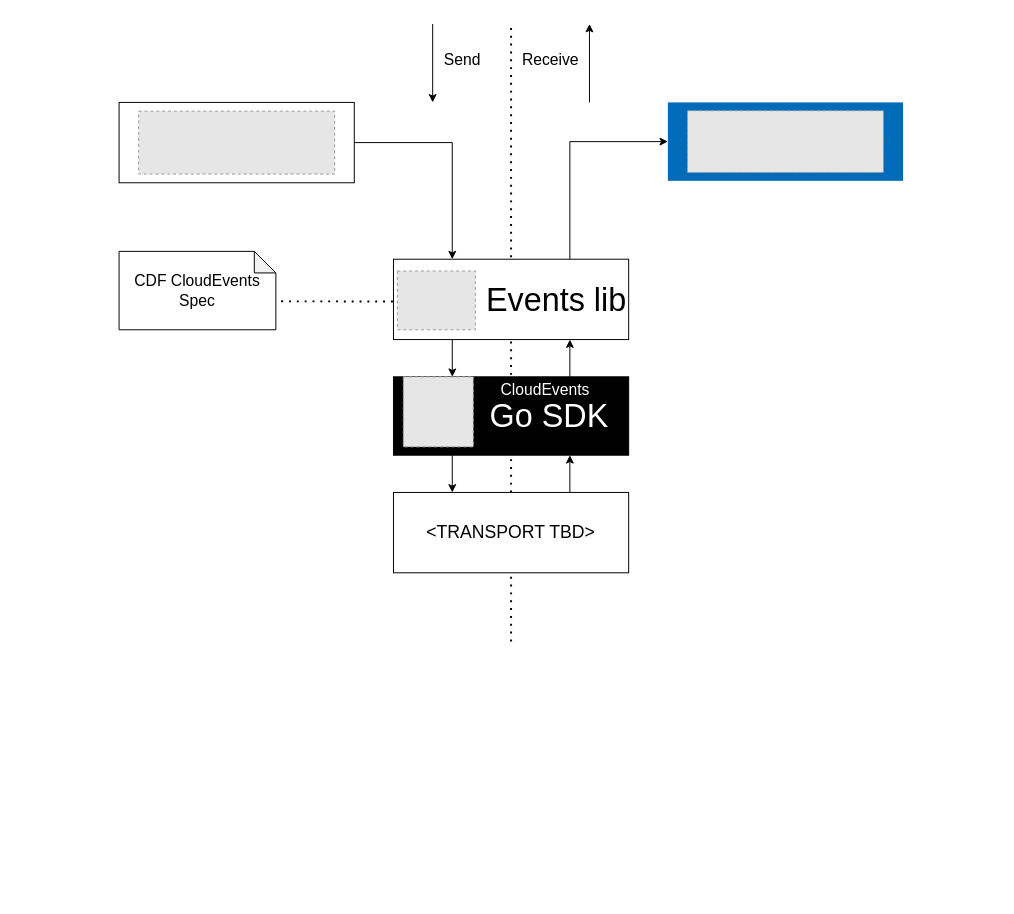
The draw.io diagram poc/CDF-events-PoC.drawio in cdfoundation/sig-events, before the edit. Source tidied: cells renumbered, new cells numbered last; positions are measured from the earlier drawing's top-left corner, leaving out a move shared by most shapes. Both pictures are drawn from the tidied source at 98%, with x=0, y=0 at pixel (119, 24). Pictures stored in the file or linked from it are replaced by grey dashed boxes.
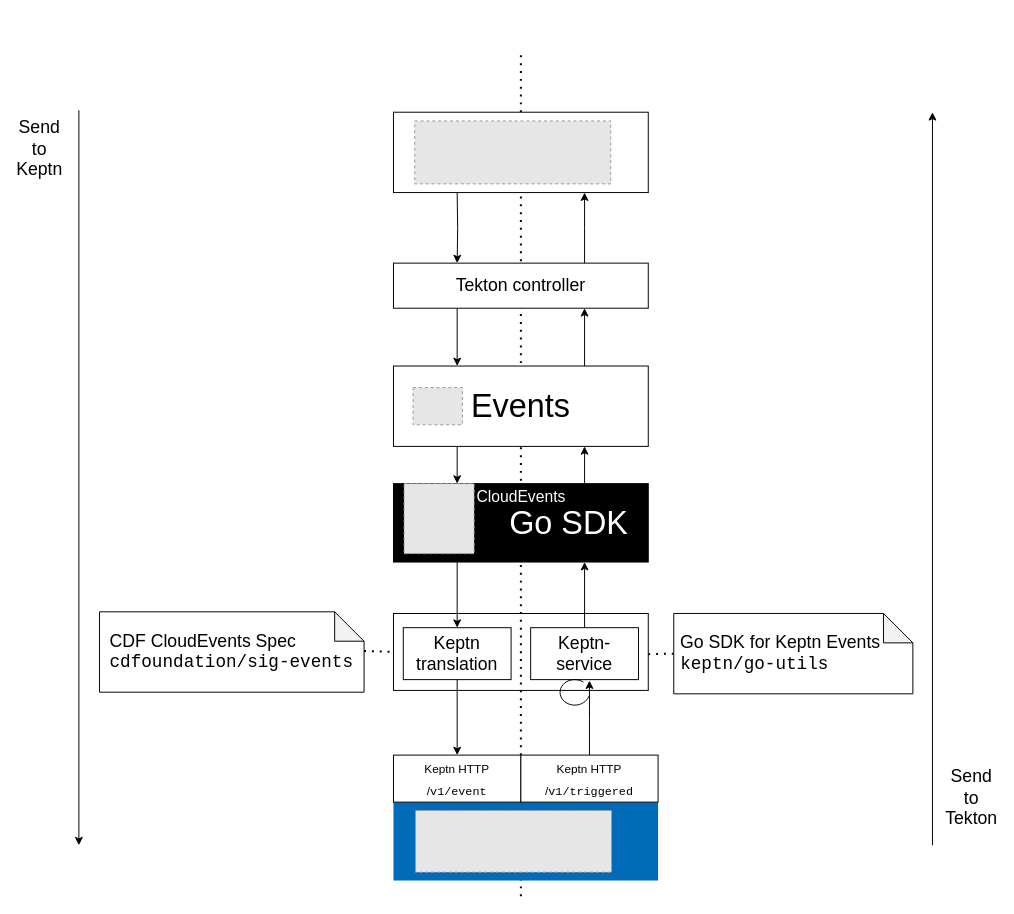
Above is the later version.

Commit message (it also covers changes not shown here):
Added Keptn components and Tekton controller to diagram

Diff of the diagram source:
```diff
@@
-    <mxCell id="2" style="endArrow=none;dashed=1;html=1;dashPattern=1 3;strokeWidth=2;fontSize=33;" parent="1" edge="1">
-      <mxGeometry relative="1" as="geometry">
-        <mxPoint x="400" y="630" as="sourcePoint" />
-        <mxPoint x="400" as="targetPoint" />
-      </mxGeometry>
-    </mxCell>
+    <mxCell id="26" style="rounded=0;whiteSpace=wrap;html=1;fillColor=#FFFFFF;fontSize=18;" parent="1" vertex="1">
+      <mxGeometry x="280" y="601.5" width="260" height="78.5" as="geometry" />
+    </mxCell>
+    <mxCell id="27" style="endArrow=none;dashed=1;html=1;dashPattern=1 3;strokeWidth=2;" parent="1" edge="1">
+      <mxGeometry relative="1" as="geometry">
+        <mxPoint x="410" y="890" as="sourcePoint" />
+        <mxPoint x="410" y="30" as="targetPoint" />
+      </mxGeometry>
+    </mxCell>
-    <mxCell id="3" style="edgeStyle=orthogonalEdgeStyle;rounded=0;jettySize=auto;html=1;exitX=0.75;exitY=0;exitDx=0;exitDy=0;entryX=0.75;entryY=1;entryDx=0;entryDy=0;fontSize=33;" parent="1" edge="1" source="4" target="6">
+    <mxCell id="3" style="edgeStyle=orthogonalEdgeStyle;rounded=0;jettySize=auto;html=1;exitX=0.5;exitY=0;exitDx=0;exitDy=0;entryX=0.75;entryY=1;entryDx=0;entryDy=0;fontSize=33;" parent="1" edge="1" source="45" target="6">
       <mxGeometry relative="1" as="geometry" />
     </mxCell>
-    <mxCell id="4" value="&amp;lt;TRANSPORT TBD&amp;gt;" style="rounded=0;whiteSpace=wrap;html=1;fillColor=#FFFFFF;fontSize=18;" parent="1" vertex="1">
-      <mxGeometry x="280" y="478" width="240" height="82" as="geometry" />
+    <mxCell id="4" value="Keptn translation" style="rounded=0;whiteSpace=wrap;html=1;fillColor=#FFFFFF;fontSize=18;" parent="1" vertex="1">
+      <mxGeometry x="290" y="616" width="110" height="53" as="geometry" />
     </mxCell>
     <mxCell id="5" style="group;" parent="1" vertex="1">
-      <mxGeometry x="280" y="360" width="240" height="80" as="geometry" />
+      <mxGeometry x="280" y="469" width="260" height="80" as="geometry" />
     </mxCell>
     <mxCell id="6" value="&lt;font color=&quot;#ffffff&quot; style=&quot;font-size: 33px&quot;&gt;Go SDK&amp;nbsp;&amp;nbsp;&lt;/font&gt;" style="rounded=0;whiteSpace=wrap;html=1;fillColor=#000000;align=right;" parent="5" vertex="1">
-      <mxGeometry width="240" height="80" as="geometry" />
+      <mxGeometry width="260" height="80" as="geometry" />
     </mxCell>
     <mxCell id="7" style="fillColor=#E6E6E6;strokeColor=#999999;dashed=1;verticalLabelPosition=bottom;labelBackgroundColor=#ffffff;verticalAlign=top;" parent="5" vertex="1">
-      <mxGeometry x="10" width="71.5" height="71.5" as="geometry" />
+      <mxGeometry x="10.8" width="71.5" height="71.5" as="geometry" />
     </mxCell>
     <mxCell id="8" value="CloudEvents" style="text;html=1;strokeColor=none;fillColor=none;align=center;verticalAlign=middle;whiteSpace=wrap;rounded=0;fontSize=16;fontColor=#FFFFFF;" parent="5" vertex="1">
-      <mxGeometry x="140" y="3" width="30" height="20" as="geometry" />
+      <mxGeometry x="113.8" y="3" width="32.5" height="20" as="geometry" />
     </mxCell>
-    <mxCell id="9" style="edgeStyle=orthogonalEdgeStyle;rounded=0;jettySize=auto;html=1;exitX=0.25;exitY=1;exitDx=0;exitDy=0;entryX=0.7;entryY=0;entryDx=0;entryDy=0;entryPerimeter=0;fontSize=33;" parent="1" edge="1" source="11" target="7">
+    <mxCell id="9" style="edgeStyle=orthogonalEdgeStyle;rounded=0;jettySize=auto;html=1;exitX=0.25;exitY=1;exitDx=0;exitDy=0;entryX=0.25;entryY=0;entryDx=0;entryDy=0;fontSize=33;" parent="1" edge="1" source="11" target="6">
       <mxGeometry relative="1" as="geometry" />
     </mxCell>
-    <mxCell id="10" style="edgeStyle=orthogonalEdgeStyle;rounded=0;jettySize=auto;html=1;exitX=0.75;exitY=0;exitDx=0;exitDy=0;entryX=0;entryY=0.5;entryDx=0;entryDy=0;fontSize=33;" parent="1" edge="1" source="11" target="14">
-      <mxGeometry relative="1" as="geometry" />
-    </mxCell>
-    <mxCell id="11" value="Events lib" style="rounded=0;whiteSpace=wrap;html=1;fillColor=#FFFFFF;align=right;fontSize=33;" parent="1" vertex="1">
-      <mxGeometry x="280" y="240" width="240" height="82" as="geometry" />
+    <mxCell id="11" value="Events" style="rounded=0;whiteSpace=wrap;html=1;fillColor=#FFFFFF;align=center;fontSize=33;" parent="1" vertex="1">
+      <mxGeometry x="280" y="349" width="260" height="82" as="geometry" />
     </mxCell>
     <mxCell id="12" style="fillColor=#E6E6E6;strokeColor=#999999;dashed=1;" parent="1" vertex="1">
-      <mxGeometry x="284" y="252" width="79.6" height="60" as="geometry" />
+      <mxGeometry x="300" y="371" width="50.4" height="38" as="geometry" />
     </mxCell>
     <mxCell id="13" style="group;" parent="1" vertex="1">
-      <mxGeometry x="560" y="80" width="240" height="80" as="geometry" />
+      <mxGeometry x="280" y="794" width="270" height="80" as="geometry" />
     </mxCell>
     <mxCell id="14" style="rounded=0;whiteSpace=wrap;html=1;fillColor=#006bb8;strokeColor=none;" parent="13" vertex="1">
-      <mxGeometry width="240" height="80" as="geometry" />
+      <mxGeometry width="270" height="80" as="geometry" />
     </mxCell>
     <mxCell id="15" style="fillColor=#E6E6E6;strokeColor=#999999;dashed=1;" parent="13" vertex="1">
-      <mxGeometry x="20" y="8.5" width="200" height="63" as="geometry" />
+      <mxGeometry x="22.5" y="8.5" width="200" height="63" as="geometry" />
     </mxCell>
     <mxCell id="16" style="group;" parent="1" vertex="1">
-      <mxGeometry y="80" width="240" height="82" as="geometry" />
+      <mxGeometry x="280" y="90" width="260" height="82" as="geometry" />
     </mxCell>
     <mxCell id="17" style="rounded=0;whiteSpace=wrap;html=1;fontSize=18;fillColor=#FFFFFF;" parent="16" vertex="1">
-      <mxGeometry width="240" height="82" as="geometry" />
+      <mxGeometry width="260" height="82" as="geometry" />
     </mxCell>
     <mxCell id="18" style="fillColor=#E6E6E6;strokeColor=#999999;dashed=1;verticalLabelPosition=bottom;labelBackgroundColor=#ffffff;verticalAlign=top;" parent="16" vertex="1">
-      <mxGeometry x="20" y="8.9" width="200" height="64.2" as="geometry" />
+      <mxGeometry x="21.7" y="8.9" width="200" height="64.2" as="geometry" />
     </mxCell>
-    <mxCell id="19" value="&lt;font style=&quot;font-size: 16px&quot;&gt;Send&lt;/font&gt;" style="endArrow=classic;html=1;fontSize=33;spacing=0;" parent="1" edge="1">
-      <mxGeometry x="-0.25" y="30" relative="1" as="geometry">
-        <mxPoint x="320" as="sourcePoint" />
-        <mxPoint x="320" y="80" as="targetPoint" />
-      </mxGeometry>
-    </mxCell>
-    <mxCell id="20" value="&lt;font style=&quot;font-size: 16px&quot;&gt;Receive&lt;/font&gt;" style="endArrow=classic;html=1;fontSize=33;spacing=0;" parent="1" edge="1">
-      <mxGeometry x="0.25" y="40" relative="1" as="geometry">
-        <mxPoint x="480" y="80" as="sourcePoint" />
-        <mxPoint x="480" as="targetPoint" />
-      </mxGeometry>
-    </mxCell>
-    <mxCell id="21" style="edgeStyle=orthogonalEdgeStyle;rounded=0;jettySize=auto;html=1;exitX=1;exitY=0.5;exitDx=0;exitDy=0;entryX=0.25;entryY=0;entryDx=0;entryDy=0;fontSize=33;" parent="1" edge="1" source="17" target="11">
-      <mxGeometry relative="1" as="geometry" />
-    </mxCell>
-    <mxCell id="22" style="edgeStyle=orthogonalEdgeStyle;rounded=0;jettySize=auto;html=1;exitX=0.25;exitY=1;exitDx=0;exitDy=0;entryX=0.25;entryY=0;entryDx=0;entryDy=0;fontSize=33;" parent="1" edge="1" source="6" target="4">
+    <mxCell id="22" style="edgeStyle=orthogonalEdgeStyle;rounded=0;jettySize=auto;html=1;exitX=0.25;exitY=1;exitDx=0;exitDy=0;entryX=0.5;entryY=0;entryDx=0;entryDy=0;fontSize=33;" parent="1" edge="1" source="6" target="4">
       <mxGeometry relative="1" as="geometry" />
     </mxCell>
@@
-    <mxCell id="24" value="&lt;font style=&quot;font-size: 16px;&quot;&gt;CDF CloudEvents Spec&lt;br style=&quot;font-size: 16px;&quot;&gt;&lt;/font&gt;" style="shape=note;whiteSpace=wrap;html=1;backgroundOutline=1;darkOpacity=0.05;strokeColor=#000000;fillColor=#FFFFFF;fontSize=16;align=center;size=22;" parent="1" vertex="1">
-      <mxGeometry y="232" width="160" height="80" as="geometry" />
-    </mxCell>
-    <mxCell id="25" style="endArrow=none;dashed=1;html=1;dashPattern=1 3;strokeWidth=2;fontSize=16;entryX=0;entryY=0;entryDx=160;entryDy=51;entryPerimeter=0;exitX=-0.058;exitY=0.518;exitDx=0;exitDy=0;exitPerimeter=0;" parent="1" edge="1" source="12" target="24">
-      <mxGeometry relative="1" as="geometry" />
-    </mxCell>
+    <mxCell id="28" style="edgeStyle=orthogonalEdgeStyle;rounded=0;jettySize=auto;html=1;exitX=0.25;exitY=1;exitDx=0;exitDy=0;fontSize=33;entryX=0.25;entryY=0;entryDx=0;entryDy=0;" parent="1" edge="1" source="29" target="11">
+      <mxGeometry relative="1" as="geometry" />
+    </mxCell>
+    <mxCell id="29" value="Tekton controller" style="rounded=0;whiteSpace=wrap;html=1;fillColor=#FFFFFF;fontSize=18;" parent="1" vertex="1">
+      <mxGeometry x="280" y="244" width="260" height="46" as="geometry" />
+    </mxCell>
+    <mxCell id="30" value="&lt;font style=&quot;font-size: 12px&quot;&gt;Keptn HTTP /&lt;font face=&quot;Courier New&quot;&gt;v1/event&lt;/font&gt;&lt;/font&gt;" style="rounded=0;whiteSpace=wrap;html=1;fillColor=#FFFFFF;fontSize=18;" parent="1" vertex="1">
+      <mxGeometry x="280" y="746" width="130" height="48" as="geometry" />
+    </mxCell>
+    <mxCell id="31" style="edgeStyle=orthogonalEdgeStyle;rounded=0;jettySize=auto;html=1;exitX=0.75;exitY=0;exitDx=0;exitDy=0;entryX=0.75;entryY=1;entryDx=0;entryDy=0;fontSize=33;" parent="1" edge="1" source="11" target="29">
+      <mxGeometry relative="1" as="geometry" />
+    </mxCell>
+    <mxCell id="32" style="edgeStyle=orthogonalEdgeStyle;rounded=0;jettySize=auto;html=1;exitX=0.5;exitY=1;exitDx=0;exitDy=0;entryX=0.5;entryY=0;entryDx=0;entryDy=0;fontSize=33;" parent="1" edge="1" source="4" target="30">
+      <mxGeometry relative="1" as="geometry" />
+    </mxCell>
+    <mxCell id="33" style="edgeStyle=orthogonalEdgeStyle;rounded=0;jettySize=auto;html=1;fontSize=33;exitX=0.5;exitY=0;exitDx=0;exitDy=0;exitPerimeter=0;" parent="1" edge="1" source="34">
+      <mxGeometry relative="1" as="geometry">
+        <mxPoint x="480" y="670" as="targetPoint" />
+      </mxGeometry>
+    </mxCell>
+    <mxCell id="34" value="&lt;font style=&quot;font-size: 12px&quot;&gt;Keptn HTTP /&lt;font face=&quot;Courier New&quot;&gt;v1/triggered&lt;/font&gt;&lt;/font&gt;" style="rounded=0;whiteSpace=wrap;html=1;fillColor=#FFFFFF;fontSize=18;" parent="1" vertex="1">
+      <mxGeometry x="410" y="746" width="140" height="48" as="geometry" />
+    </mxCell>
+    <mxCell id="35" style="endArrow=none;dashed=1;html=1;dashPattern=1 3;strokeWidth=2;entryX=0;entryY=0.5;entryDx=0;entryDy=0;entryPerimeter=0;" parent="1" edge="1" target="37">
+      <mxGeometry relative="1" as="geometry">
+        <mxPoint x="540" y="643" as="sourcePoint" />
+      </mxGeometry>
+    </mxCell>
+    <mxCell id="36" value="&lt;div style=&quot;text-align: left&quot;&gt;&lt;span style=&quot;font-size: 18px&quot;&gt;CDF CloudEvents Spec&lt;/span&gt;&lt;/div&gt;&lt;font style=&quot;font-size: 18px&quot; face=&quot;Courier New&quot;&gt;&lt;div style=&quot;text-align: left&quot;&gt;&lt;span&gt;cdfoundation/sig-events&lt;/span&gt;&lt;/div&gt;&lt;/font&gt;" style="shape=note;whiteSpace=wrap;html=1;backgroundOutline=1;darkOpacity=0.05;" parent="1" vertex="1">
+      <mxGeometry x="-20" y="599.8" width="270" height="82" as="geometry" />
+    </mxCell>
+    <mxCell id="37" value="&lt;span style=&quot;font-size: 18px&quot;&gt;&amp;nbsp;Go SDK for Keptn Events&lt;/span&gt;&lt;br style=&quot;font-size: 18px&quot;&gt;&lt;span style=&quot;font-size: 18px&quot;&gt;&amp;nbsp;&lt;/span&gt;&lt;font face=&quot;Courier New&quot; style=&quot;font-size: 18px&quot;&gt;keptn/go-utils&lt;/font&gt;" style="shape=note;whiteSpace=wrap;html=1;backgroundOutline=1;darkOpacity=0.05;align=left;" parent="1" vertex="1">
+      <mxGeometry x="566" y="601.5" width="244" height="82" as="geometry" />
+    </mxCell>
+    <mxCell id="38" style="endArrow=none;dashed=1;html=1;dashPattern=1 3;strokeWidth=2;entryX=0;entryY=0.5;entryDx=0;entryDy=0;exitX=1;exitY=0.488;exitDx=0;exitDy=0;exitPerimeter=0;" parent="1" edge="1" source="36" target="26">
+      <mxGeometry relative="1" as="geometry" />
+    </mxCell>
+    <mxCell id="39" style="edgeStyle=orthogonalEdgeStyle;rounded=0;jettySize=auto;html=1;fontSize=33;exitX=0.75;exitY=0;exitDx=0;exitDy=0;" parent="1" edge="1" source="29">
+      <mxGeometry relative="1" as="geometry">
+        <mxPoint x="475" y="172" as="targetPoint" />
+      </mxGeometry>
+    </mxCell>
+    <mxCell id="40" style="edgeStyle=orthogonalEdgeStyle;rounded=0;jettySize=auto;html=1;fontSize=33;entryX=0.25;entryY=0;entryDx=0;entryDy=0;" parent="1" edge="1" target="29">
+      <mxGeometry relative="1" as="geometry">
+        <mxPoint x="345" y="172" as="sourcePoint" />
+      </mxGeometry>
+    </mxCell>
+    <mxCell id="41" style="endArrow=classic;html=1;" parent="1" edge="1">
+      <mxGeometry relative="1" as="geometry">
+        <mxPoint x="-41" y="88" as="sourcePoint" />
+        <mxPoint x="-41" y="838" as="targetPoint" />
+      </mxGeometry>
+    </mxCell>
+    <mxCell id="42" value="&lt;font style=&quot;font-size: 18px&quot;&gt;Send to Keptn&lt;/font&gt;" style="text;html=1;strokeColor=none;fillColor=none;align=center;verticalAlign=middle;whiteSpace=wrap;rounded=0;" parent="1" vertex="1">
+      <mxGeometry x="-101" y="118" width="40" height="20" as="geometry" />
+    </mxCell>
+    <mxCell id="43" style="endArrow=classic;html=1;" parent="1" edge="1">
+      <mxGeometry relative="1" as="geometry">
+        <mxPoint x="830" y="838" as="sourcePoint" />
+        <mxPoint x="830" y="90" as="targetPoint" />
+      </mxGeometry>
+    </mxCell>
+    <mxCell id="44" value="&lt;font style=&quot;font-size: 18px&quot;&gt;Send to Tekton&lt;/font&gt;" style="text;html=1;strokeColor=none;fillColor=none;align=center;verticalAlign=middle;whiteSpace=wrap;rounded=0;" parent="1" vertex="1">
+      <mxGeometry x="850" y="780" width="40" height="20" as="geometry" />
+    </mxCell>
+    <mxCell id="45" value="Keptn-service" style="rounded=0;whiteSpace=wrap;html=1;fillColor=#FFFFFF;fontSize=18;" parent="1" vertex="1">
+      <mxGeometry x="420" y="616" width="110" height="53" as="geometry" />
+    </mxCell>
+    <mxCell id="46" style="verticalLabelPosition=bottom;verticalAlign=top;html=1;shape=mxgraph.basic.arc;startAngle=0.3;endAngle=0.1;fillColor=#FFFFCC;" parent="1" vertex="1">
+      <mxGeometry x="450" y="669" width="30" height="26" as="geometry" />
+    </mxCell>
```
